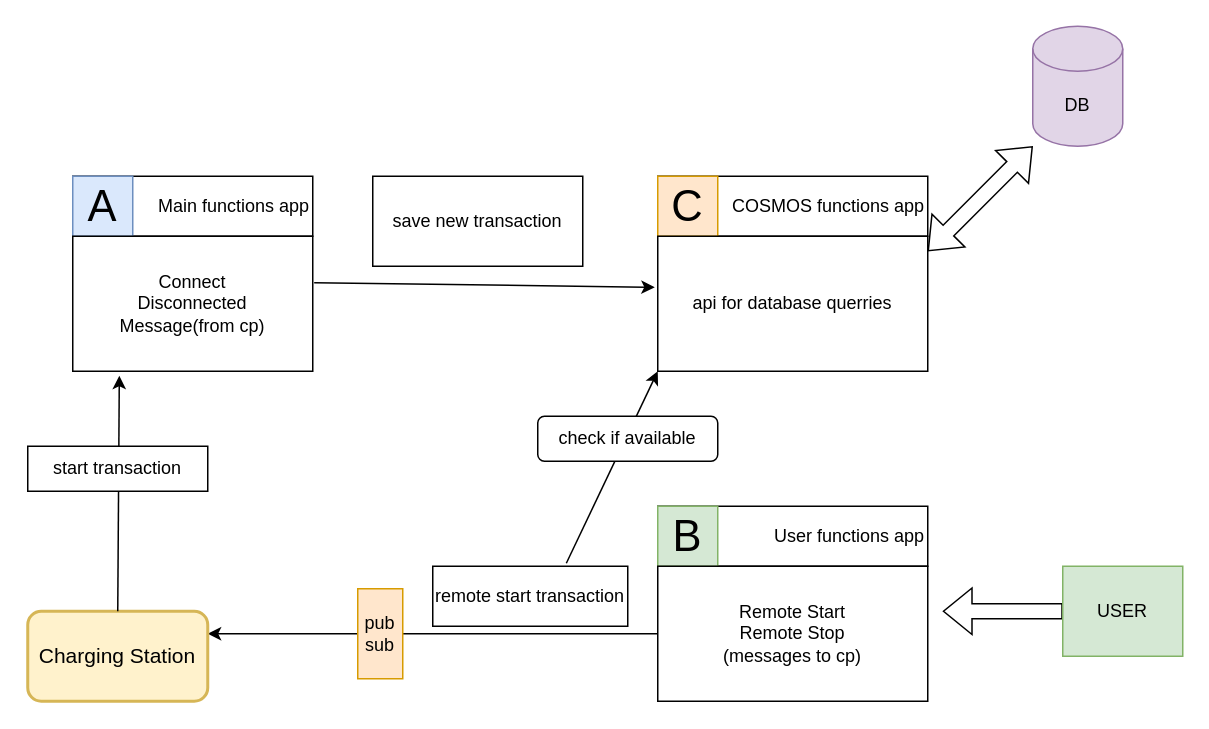
Before: 3apps.drawio in stefanszeke/diargrams_io, a draw.io diagram. Source tidied: cells renumbered, new cells numbered last; positions are measured from the earlier drawing's top-left corner, leaving out a move shared by most shapes. Both pictures are drawn from the tidied source at 150%, with x=0, y=0 at pixel (27, 26).
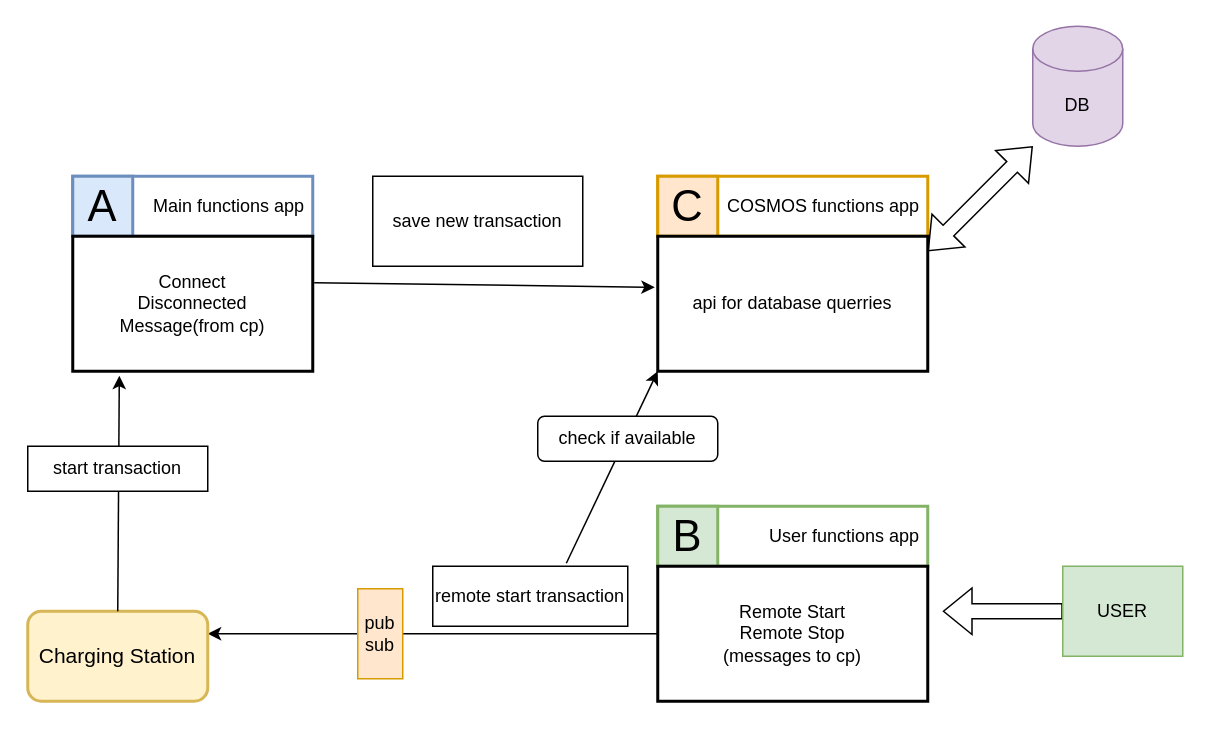
After the change.

Change to the diagram source:
```diff
@@
-    <mxCell id="2" value="&lt;div&gt;Main functions app&lt;br&gt;&lt;/div&gt;" style="rounded=0;whiteSpace=wrap;html=1;align=right;" parent="1" vertex="1">
+    <mxCell id="2" value="&lt;div&gt;Main functions app&amp;nbsp; &lt;br&gt;&lt;/div&gt;" style="rounded=0;whiteSpace=wrap;html=1;align=right;strokeWidth=2;strokeColor=#6C8EBF;" parent="1" vertex="1">
       <mxGeometry x="30" y="100" width="160" height="40" as="geometry" />
     </mxCell>
-    <mxCell id="3" value="&lt;font style=&quot;font-size: 29px;&quot;&gt;A&lt;/font&gt;" style="rounded=0;whiteSpace=wrap;html=1;fillColor=#dae8fc;strokeColor=#6c8ebf;" parent="1" vertex="1">
+    <mxCell id="3" value="&lt;font style=&quot;font-size: 29px;&quot;&gt;A&lt;/font&gt;" style="rounded=0;whiteSpace=wrap;html=1;fillColor=#dae8fc;strokeColor=#6c8ebf;strokeWidth=2;" parent="1" vertex="1">
       <mxGeometry x="30" y="100" width="40" height="40" as="geometry" />
     </mxCell>
-    <mxCell id="4" value="Connect&lt;br&gt;Disconnected&lt;br&gt;Message(from cp)" style="rounded=0;whiteSpace=wrap;html=1;" parent="1" vertex="1">
+    <mxCell id="4" value="Connect&lt;br&gt;Disconnected&lt;br&gt;Message(from cp)" style="rounded=0;whiteSpace=wrap;html=1;strokeWidth=2;" parent="1" vertex="1">
       <mxGeometry x="30" y="140" width="160" height="90" as="geometry" />
     </mxCell>
-    <mxCell id="5" value="&lt;div&gt;User functions app&lt;br&gt;&lt;/div&gt;" style="rounded=0;whiteSpace=wrap;html=1;align=right;" parent="1" vertex="1">
+    <mxCell id="5" value="&lt;div&gt;User functions app&amp;nbsp; &lt;br&gt;&lt;/div&gt;" style="rounded=0;whiteSpace=wrap;html=1;align=right;strokeWidth=2;strokeColor=#82B366;" parent="1" vertex="1">
       <mxGeometry x="420" y="320" width="180" height="40" as="geometry" />
     </mxCell>
-    <mxCell id="6" value="&lt;font style=&quot;font-size: 29px;&quot;&gt;B&lt;/font&gt;" style="rounded=0;whiteSpace=wrap;html=1;fillColor=#d5e8d4;strokeColor=#82b366;" parent="1" vertex="1">
+    <mxCell id="6" value="&lt;font style=&quot;font-size: 29px;&quot;&gt;B&lt;/font&gt;" style="rounded=0;whiteSpace=wrap;html=1;fillColor=#d5e8d4;strokeColor=#82B366;strokeWidth=2;" parent="1" vertex="1">
       <mxGeometry x="420" y="320" width="40" height="40" as="geometry" />
     </mxCell>
@@
-    <mxCell id="8" value="Remote Start &lt;br&gt;Remote Stop&lt;br&gt;(messages to cp)" style="rounded=0;whiteSpace=wrap;html=1;" parent="1" vertex="1">
+    <mxCell id="8" value="Remote Start &lt;br&gt;Remote Stop&lt;br&gt;(messages to cp)" style="rounded=0;whiteSpace=wrap;html=1;strokeWidth=2;" parent="1" vertex="1">
       <mxGeometry x="420" y="360" width="180" height="90" as="geometry" />
     </mxCell>
-    <mxCell id="9" value="&lt;div&gt;COSMOS functions app&lt;br&gt;&lt;/div&gt;" style="rounded=0;whiteSpace=wrap;html=1;align=right;" parent="1" vertex="1">
+    <mxCell id="9" value="&lt;div&gt;COSMOS functions app&amp;nbsp; &lt;br&gt;&lt;/div&gt;" style="rounded=0;whiteSpace=wrap;html=1;align=right;strokeWidth=2;strokeColor=#D79B00;" parent="1" vertex="1">
       <mxGeometry x="420" y="100" width="180" height="40" as="geometry" />
     </mxCell>
-    <mxCell id="10" value="&lt;font style=&quot;font-size: 29px;&quot;&gt;C&lt;/font&gt;" style="rounded=0;whiteSpace=wrap;html=1;fillColor=#ffe6cc;strokeColor=#d79b00;" parent="1" vertex="1">
+    <mxCell id="10" value="&lt;font style=&quot;font-size: 29px;&quot;&gt;C&lt;/font&gt;" style="rounded=0;whiteSpace=wrap;html=1;fillColor=#ffe6cc;strokeColor=#d79b00;strokeWidth=2;" parent="1" vertex="1">
       <mxGeometry x="420" y="100" width="40" height="40" as="geometry" />
     </mxCell>
-    <mxCell id="11" value="api for database querries" style="rounded=0;whiteSpace=wrap;html=1;" parent="1" vertex="1">
+    <mxCell id="11" value="api for database querries" style="rounded=0;whiteSpace=wrap;html=1;strokeWidth=2;" parent="1" vertex="1">
       <mxGeometry x="420" y="140" width="180" height="90" as="geometry" />
     </mxCell>
```
